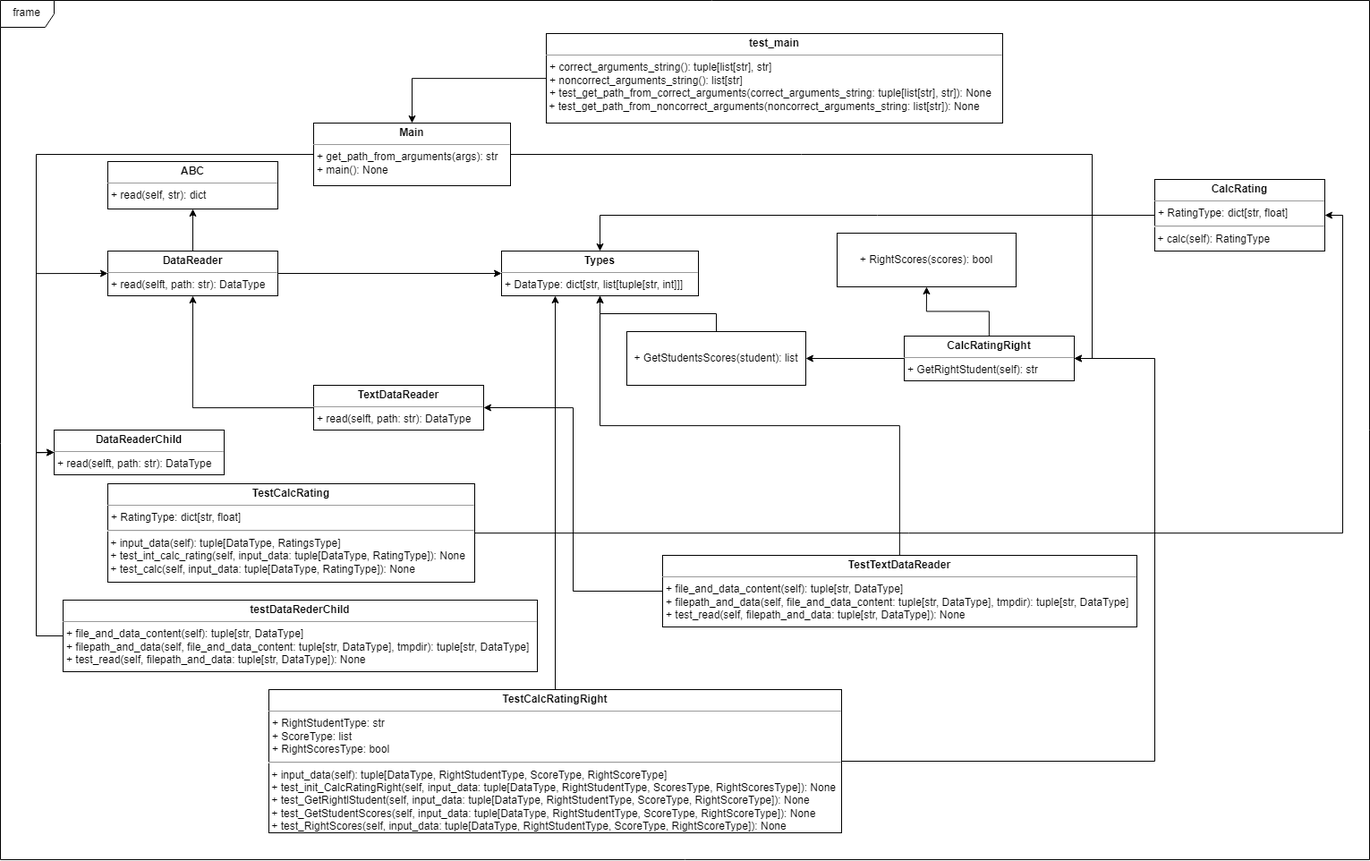
Kuritsya/TPLab1 keeps this draw.io diagram as PT_Lab_1_UML.drawio.png. Above is the earlier version. Source tidied: cells renumbered, new cells last; positions are measured from the earlier drawing's top-left corner, leaving out a move shared by most shapes. Its diagram source:
```xml
<mxGraphModel>
  <root>
    <mxCell id="0" />
    <mxCell id="1" parent="0" />
    <mxCell id="2" value="&lt;p style=&quot;margin:0px;margin-top:4px;text-align:center;&quot;&gt;&lt;b&gt;ABC&lt;/b&gt;&lt;/p&gt;&lt;hr size=&quot;1&quot;&gt;&lt;p style=&quot;margin:0px;margin-left:4px;&quot;&gt;+ read(self, str): dict&lt;/p&gt;" style="verticalAlign=top;align=left;overflow=fill;fontSize=12;fontFamily=Helvetica;html=1;rounded=0;shadow=0;comic=0;labelBackgroundColor=none;strokeWidth=1;" parent="1" vertex="1">
      <mxGeometry x="120" y="180" width="190" height="53" as="geometry" />
    </mxCell>
    <mxCell id="3" style="edgeStyle=orthogonalEdgeStyle;rounded=0;jettySize=auto;html=1;entryX=0.5;entryY=1;entryDx=0;entryDy=0;" parent="1" edge="1" source="5" target="2">
      <mxGeometry relative="1" as="geometry" />
    </mxCell>
    <mxCell id="4" style="edgeStyle=orthogonalEdgeStyle;rounded=0;jettySize=auto;html=1;entryX=0;entryY=0.5;entryDx=0;entryDy=0;" parent="1" edge="1" source="5" target="10">
      <mxGeometry relative="1" as="geometry" />
    </mxCell>
    <mxCell id="5" value="&lt;p style=&quot;margin:0px;margin-top:4px;text-align:center;&quot;&gt;&lt;b&gt;DataReader&lt;/b&gt;&lt;/p&gt;&lt;hr size=&quot;1&quot;&gt;&lt;p style=&quot;margin:0px;margin-left:4px;&quot;&gt;+ read(selft, path: str): DataType&lt;/p&gt;" style="verticalAlign=top;align=left;overflow=fill;fontSize=12;fontFamily=Helvetica;html=1;rounded=0;shadow=0;comic=0;labelBackgroundColor=none;strokeWidth=1;" parent="1" vertex="1">
      <mxGeometry x="120" y="280" width="190" height="50" as="geometry" />
    </mxCell>
    <mxCell id="6" style="edgeStyle=orthogonalEdgeStyle;rounded=0;jettySize=auto;html=1;entryX=0;entryY=0.5;entryDx=0;entryDy=0;exitX=0;exitY=0.5;exitDx=0;exitDy=0;" parent="1" edge="1" source="7" target="5">
      <mxGeometry relative="1" as="geometry" />
    </mxCell>
    <mxCell id="7" value="&lt;p style=&quot;margin:0px;margin-top:4px;text-align:center;&quot;&gt;&lt;b&gt;DataReaderChild&lt;/b&gt;&lt;/p&gt;&lt;hr size=&quot;1&quot;&gt;&lt;p style=&quot;margin:0px;margin-left:4px;&quot;&gt;+ read(selft, path: str): DataType&lt;/p&gt;" style="verticalAlign=top;align=left;overflow=fill;fontSize=12;fontFamily=Helvetica;html=1;rounded=0;shadow=0;comic=0;labelBackgroundColor=none;strokeWidth=1;" parent="1" vertex="1">
      <mxGeometry x="60" y="480" width="190" height="50" as="geometry" />
    </mxCell>
    <mxCell id="8" style="edgeStyle=orthogonalEdgeStyle;rounded=0;jettySize=auto;html=1;entryX=0.5;entryY=1;entryDx=0;entryDy=0;" parent="1" edge="1" source="9" target="5">
      <mxGeometry relative="1" as="geometry" />
    </mxCell>
    <mxCell id="9" value="&lt;p style=&quot;margin:0px;margin-top:4px;text-align:center;&quot;&gt;&lt;b&gt;TextDataReader&lt;/b&gt;&lt;/p&gt;&lt;hr size=&quot;1&quot;&gt;&lt;p style=&quot;margin:0px;margin-left:4px;&quot;&gt;+ read(selft, path: str): DataType&lt;/p&gt;" style="verticalAlign=top;align=left;overflow=fill;fontSize=12;fontFamily=Helvetica;html=1;rounded=0;shadow=0;comic=0;labelBackgroundColor=none;strokeWidth=1;" parent="1" vertex="1">
      <mxGeometry x="350" y="430" width="190" height="50" as="geometry" />
    </mxCell>
    <mxCell id="10" value="&lt;p style=&quot;margin:0px;margin-top:4px;text-align:center;&quot;&gt;&lt;b&gt;Types&lt;/b&gt;&lt;/p&gt;&lt;hr size=&quot;1&quot;&gt;&lt;p style=&quot;margin:0px;margin-left:4px;&quot;&gt;+ DataType: dict[str, list[tuple[str, int]]]&lt;/p&gt;" style="verticalAlign=top;align=left;overflow=fill;fontSize=12;fontFamily=Helvetica;html=1;rounded=0;shadow=0;comic=0;labelBackgroundColor=none;strokeWidth=1;" parent="1" vertex="1">
      <mxGeometry x="560" y="280" width="220" height="50" as="geometry" />
    </mxCell>
    <mxCell id="11" style="edgeStyle=orthogonalEdgeStyle;rounded=0;jettySize=auto;html=1;entryX=0.5;entryY=0;entryDx=0;entryDy=0;" parent="1" edge="1" source="12" target="10">
      <mxGeometry relative="1" as="geometry" />
    </mxCell>
    <mxCell id="12" value="&lt;p style=&quot;margin:0px;margin-top:4px;text-align:center;&quot;&gt;&lt;b&gt;CalcRating&lt;/b&gt;&lt;/p&gt;&lt;hr size=&quot;1&quot;&gt;&lt;p style=&quot;margin:0px;margin-left:4px;&quot;&gt;+ RatingType: dict[str, float]&lt;/p&gt;&lt;hr&gt;&amp;nbsp;+ calc(self): RatingType" style="verticalAlign=top;align=left;overflow=fill;fontSize=12;fontFamily=Helvetica;html=1;rounded=0;shadow=0;comic=0;labelBackgroundColor=none;strokeWidth=1;" parent="1" vertex="1">
      <mxGeometry x="1290" y="200" width="190" height="80" as="geometry" />
    </mxCell>
    <mxCell id="13" style="edgeStyle=orthogonalEdgeStyle;rounded=0;jettySize=auto;html=1;entryX=1;entryY=0.5;entryDx=0;entryDy=0;" parent="1" edge="1" source="15" target="18">
      <mxGeometry relative="1" as="geometry" />
    </mxCell>
    <mxCell id="14" style="edgeStyle=orthogonalEdgeStyle;rounded=0;jettySize=auto;html=1;entryX=0;entryY=0.5;entryDx=0;entryDy=0;" parent="1" edge="1" source="15" target="7">
      <mxGeometry relative="1" as="geometry" />
    </mxCell>
    <mxCell id="15" value="&lt;p style=&quot;margin:0px;margin-top:4px;text-align:center;&quot;&gt;&lt;b&gt;Main&lt;/b&gt;&lt;/p&gt;&lt;hr size=&quot;1&quot;&gt;&lt;p style=&quot;margin:0px;margin-left:4px;&quot;&gt;+ get_path_from_arguments(args): str&lt;/p&gt;&lt;p style=&quot;margin:0px;margin-left:4px;&quot;&gt;+ main(): None&lt;/p&gt;" style="verticalAlign=top;align=left;overflow=fill;fontSize=12;fontFamily=Helvetica;html=1;rounded=0;shadow=0;comic=0;labelBackgroundColor=none;strokeWidth=1;" parent="1" vertex="1">
      <mxGeometry x="350" y="137" width="220" height="70" as="geometry" />
    </mxCell>
    <mxCell id="16" style="edgeStyle=orthogonalEdgeStyle;rounded=0;jettySize=auto;html=1;entryX=0.5;entryY=1;entryDx=0;entryDy=0;" parent="1" edge="1" source="18" target="33">
      <mxGeometry relative="1" as="geometry" />
    </mxCell>
    <mxCell id="17" style="edgeStyle=orthogonalEdgeStyle;rounded=0;jettySize=auto;html=1;entryX=1;entryY=0.5;entryDx=0;entryDy=0;" parent="1" edge="1" source="18" target="32">
      <mxGeometry relative="1" as="geometry" />
    </mxCell>
    <mxCell id="18" value="&lt;p style=&quot;margin:0px;margin-top:4px;text-align:center;&quot;&gt;&lt;b&gt;CalcRatingRight&lt;/b&gt;&lt;/p&gt;&lt;hr size=&quot;1&quot;&gt;&lt;p style=&quot;margin:0px;margin-left:4px;&quot;&gt;+ GetRightStudent(self): str&lt;/p&gt;" style="verticalAlign=top;align=left;overflow=fill;fontSize=12;fontFamily=Helvetica;html=1;rounded=0;shadow=0;comic=0;labelBackgroundColor=none;strokeWidth=1;" parent="1" vertex="1">
      <mxGeometry x="1010" y="375" width="190" height="50" as="geometry" />
    </mxCell>
    <mxCell id="19" style="edgeStyle=orthogonalEdgeStyle;rounded=0;jettySize=auto;html=1;entryX=1;entryY=0.5;entryDx=0;entryDy=0;" parent="1" edge="1" source="20" target="12">
      <mxGeometry relative="1" as="geometry" />
    </mxCell>
    <mxCell id="20" value="&lt;p style=&quot;margin:0px;margin-top:4px;text-align:center;&quot;&gt;&lt;b&gt;TestCalcRating&lt;/b&gt;&lt;/p&gt;&lt;hr size=&quot;1&quot;&gt;&lt;p style=&quot;margin:0px;margin-left:4px;&quot;&gt;+ RatingType: dict[str, float]&lt;/p&gt;&lt;hr&gt;&amp;nbsp;+ input_data(self): tuple[DataType, RatingsType]&lt;br&gt;&amp;nbsp;+ test_int_calc_rating(self, input_data: tuple[DataType, RatingType]): None&lt;br&gt;&amp;nbsp;+ test_calc(self, input_data: tuple[DataType, RatingType]): None" style="verticalAlign=top;align=left;overflow=fill;fontSize=12;fontFamily=Helvetica;html=1;rounded=0;shadow=0;comic=0;labelBackgroundColor=none;strokeWidth=1;" parent="1" vertex="1">
      <mxGeometry x="120" y="540" width="410" height="110" as="geometry" />
    </mxCell>
    <mxCell id="21" style="edgeStyle=orthogonalEdgeStyle;rounded=0;jettySize=auto;html=1;entryX=0.5;entryY=0;entryDx=0;entryDy=0;" parent="1" edge="1" source="22" target="15">
      <mxGeometry relative="1" as="geometry" />
    </mxCell>
    <mxCell id="22" value="&lt;p style=&quot;margin:0px;margin-top:4px;text-align:center;&quot;&gt;&lt;b&gt;test_main&lt;/b&gt;&lt;/p&gt;&lt;hr size=&quot;1&quot;&gt;&lt;p style=&quot;margin:0px;margin-left:4px;&quot;&gt;+ correct_arguments_string(): tuple[list[str], str]&lt;/p&gt;&lt;p style=&quot;margin:0px;margin-left:4px;&quot;&gt;+ noncorrect_arguments_string(): list[str]&lt;/p&gt;&lt;p style=&quot;margin:0px;margin-left:4px;&quot;&gt;+ test_get_path_from_correct_arguments(correct_arguments_string: tuple[list[str], str]): None&lt;/p&gt;&amp;nbsp;+ test_get_path_from_noncorrect_arguments(noncorrect_arguments_string: list[str]): None" style="verticalAlign=top;align=left;overflow=fill;fontSize=12;fontFamily=Helvetica;html=1;rounded=0;shadow=0;comic=0;labelBackgroundColor=none;strokeWidth=1;" parent="1" vertex="1">
      <mxGeometry x="610" y="37" width="510" height="100" as="geometry" />
    </mxCell>
    <mxCell id="23" style="edgeStyle=orthogonalEdgeStyle;rounded=0;jettySize=auto;html=1;entryX=0;entryY=0.5;entryDx=0;entryDy=0;exitX=0;exitY=0.5;exitDx=0;exitDy=0;" parent="1" edge="1" source="24" target="7">
      <mxGeometry relative="1" as="geometry" />
    </mxCell>
    <mxCell id="24" value="&lt;p style=&quot;margin:0px;margin-top:4px;text-align:center;&quot;&gt;&lt;b&gt;testDataRederChild&lt;/b&gt;&lt;/p&gt;&lt;hr size=&quot;1&quot;&gt;&lt;p style=&quot;margin:0px;margin-left:4px;&quot;&gt;+ file_and_data_content(self): tuple[str, DataType]&lt;/p&gt;&lt;p style=&quot;margin:0px;margin-left:4px;&quot;&gt;+ filepath_and_data(self, file_and_data_content: tuple[str, DataType], tmpdir): tuple[str, DataType]&lt;/p&gt;&lt;p style=&quot;margin:0px;margin-left:4px;&quot;&gt;+ test_read(self, filepath_and_data: tuple[str, DataType]): None&lt;/p&gt;" style="verticalAlign=top;align=left;overflow=fill;fontSize=12;fontFamily=Helvetica;html=1;rounded=0;shadow=0;comic=0;labelBackgroundColor=none;strokeWidth=1;" parent="1" vertex="1">
      <mxGeometry x="70" y="670" width="530" height="80" as="geometry" />
    </mxCell>
    <mxCell id="25" style="edgeStyle=orthogonalEdgeStyle;rounded=0;jettySize=auto;html=1;entryX=1;entryY=0.5;entryDx=0;entryDy=0;" parent="1" edge="1" source="27" target="18">
      <mxGeometry relative="1" as="geometry">
        <Array as="points">
          <mxPoint x="1290" y="850" />
          <mxPoint x="1290" y="400" />
        </Array>
      </mxGeometry>
    </mxCell>
    <mxCell id="26" style="edgeStyle=orthogonalEdgeStyle;rounded=0;jettySize=auto;html=1;" parent="1" edge="1" source="27">
      <mxGeometry relative="1" as="geometry">
        <mxPoint x="620" y="330" as="targetPoint" />
      </mxGeometry>
    </mxCell>
    <mxCell id="27" value="&lt;p style=&quot;margin:0px;margin-top:4px;text-align:center;&quot;&gt;&lt;b&gt;TestCalcRatingRight&lt;/b&gt;&lt;/p&gt;&lt;hr size=&quot;1&quot;&gt;&lt;p style=&quot;margin:0px;margin-left:4px;&quot;&gt;+ RightStudentType: str&lt;/p&gt;&lt;p style=&quot;margin:0px;margin-left:4px;&quot;&gt;+ ScoreType: list&lt;/p&gt;&lt;p style=&quot;margin:0px;margin-left:4px;&quot;&gt;+ RightScoresType: bool&lt;/p&gt;&lt;hr&gt;&amp;nbsp;+ input_data(self): tuple[DataType, RightStudentType, ScoreType, RightScoreType]&lt;br&gt;&amp;nbsp;+ test_init_CalcRatingRight(self, input_data: tuple[DataType, RightStudentType, ScoresType, RightScoresType]): None&lt;br&gt;&amp;nbsp;+ test_GetRightlStudent(self, input_data: tuple[DataType, RightStudentType, ScoreType, RightScoreType]): None&lt;br&gt;&amp;nbsp;+ test_GetStudentScores(self, input_data: tuple[DataType, RightStudentType, ScoreType, RightScoreType]): None&lt;br&gt;&amp;nbsp;+ test_RightScores(self, input_data: tuple[DataType, RightStudentType, ScoreType, RightScoreType]): None" style="verticalAlign=top;align=left;overflow=fill;fontSize=12;fontFamily=Helvetica;html=1;rounded=0;shadow=0;comic=0;labelBackgroundColor=none;strokeWidth=1;" parent="1" vertex="1">
      <mxGeometry x="300" y="770" width="640" height="160" as="geometry" />
    </mxCell>
    <mxCell id="28" style="edgeStyle=orthogonalEdgeStyle;rounded=0;jettySize=auto;html=1;entryX=1;entryY=0.5;entryDx=0;entryDy=0;" parent="1" edge="1" source="30" target="9">
      <mxGeometry relative="1" as="geometry" />
    </mxCell>
    <mxCell id="29" style="edgeStyle=orthogonalEdgeStyle;rounded=0;jettySize=auto;html=1;entryX=0.5;entryY=1;entryDx=0;entryDy=0;" parent="1" edge="1" source="30" target="10">
      <mxGeometry relative="1" as="geometry" />
    </mxCell>
    <mxCell id="30" value="&lt;p style=&quot;margin:0px;margin-top:4px;text-align:center;&quot;&gt;&lt;b&gt;TestTextDataReader&lt;/b&gt;&lt;/p&gt;&lt;hr size=&quot;1&quot;&gt;&lt;p style=&quot;margin:0px;margin-left:4px;&quot;&gt;+ file_and_data_content(self): tuple[str, DataType]&lt;/p&gt;&lt;p style=&quot;margin:0px;margin-left:4px;&quot;&gt;+ filepath_and_data(self, file_and_data_content: tuple[str, DataType], tmpdir): tuple[str, DataType]&lt;/p&gt;&lt;p style=&quot;margin:0px;margin-left:4px;&quot;&gt;+ test_read(self, filepath_and_data: tuple[str, DataType]): None&lt;/p&gt;" style="verticalAlign=top;align=left;overflow=fill;fontSize=12;fontFamily=Helvetica;html=1;rounded=0;shadow=0;comic=0;labelBackgroundColor=none;strokeWidth=1;" parent="1" vertex="1">
      <mxGeometry x="740" y="620" width="530" height="80" as="geometry" />
    </mxCell>
    <mxCell id="31" style="edgeStyle=orthogonalEdgeStyle;rounded=0;jettySize=auto;html=1;" parent="1" edge="1" source="32" target="10">
      <mxGeometry relative="1" as="geometry" />
    </mxCell>
    <mxCell id="32" value="+ GetStudentsScores(student): list" style="rounded=0;whiteSpace=wrap;html=1;" parent="1" vertex="1">
      <mxGeometry x="700" y="370" width="200" height="60" as="geometry" />
    </mxCell>
    <mxCell id="33" value="+ RightScores(scores): bool" style="rounded=0;whiteSpace=wrap;html=1;" parent="1" vertex="1">
      <mxGeometry x="935" y="260" width="200" height="60" as="geometry" />
    </mxCell>
    <mxCell id="34" value="frame" style="shape=umlFrame;whiteSpace=wrap;html=1;" parent="1" vertex="1">
      <mxGeometry width="1530" height="960" as="geometry" />
    </mxCell>
  </root>
</mxGraphModel>
```
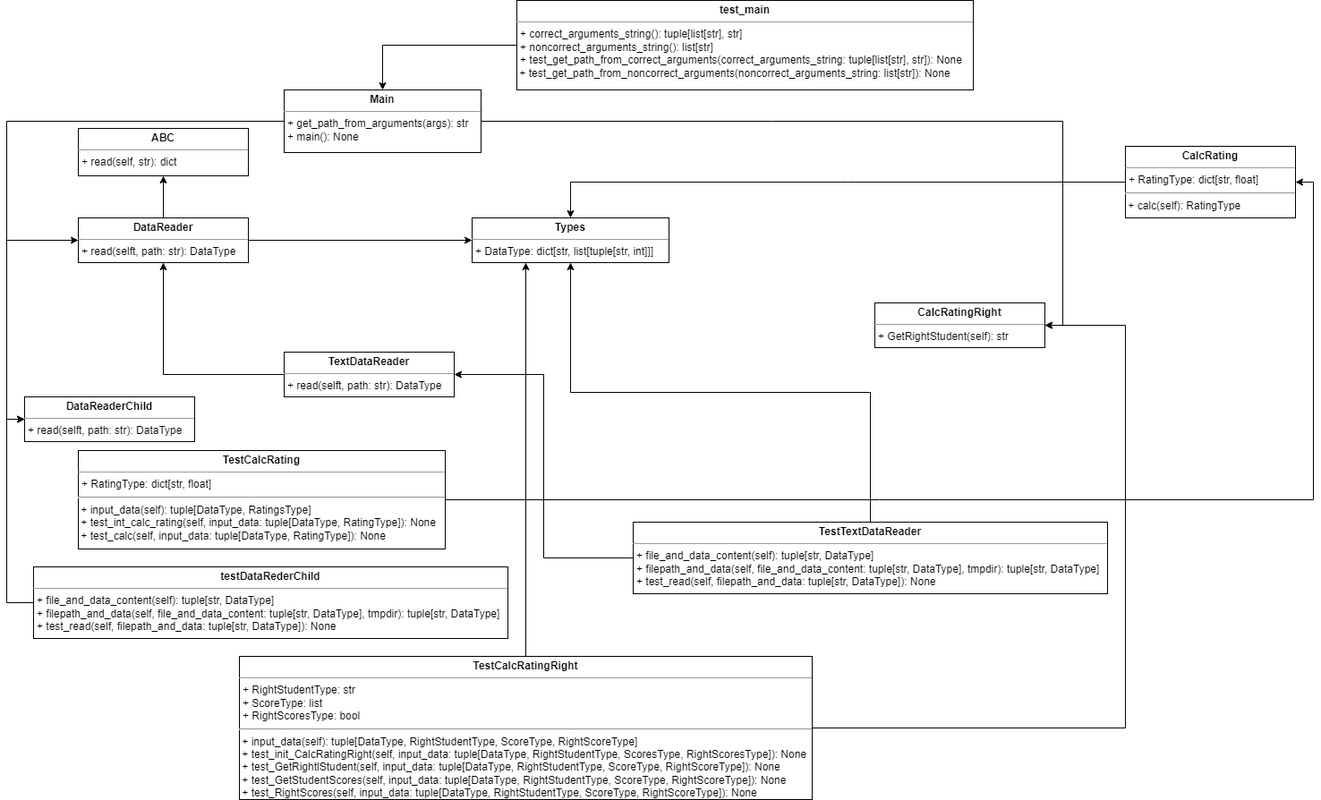
The same file after the commit.

Diff of the diagram source:
```diff
@@ -44,12 +44,6 @@
     <mxCell id="15" value="&lt;p style=&quot;margin:0px;margin-top:4px;text-align:center;&quot;&gt;&lt;b&gt;Main&lt;/b&gt;&lt;/p&gt;&lt;hr size=&quot;1&quot;&gt;&lt;p style=&quot;margin:0px;margin-left:4px;&quot;&gt;+ get_path_from_arguments(args): str&lt;/p&gt;&lt;p style=&quot;margin:0px;margin-left:4px;&quot;&gt;+ main(): None&lt;/p&gt;" style="verticalAlign=top;align=left;overflow=fill;fontSize=12;fontFamily=Helvetica;html=1;rounded=0;shadow=0;comic=0;labelBackgroundColor=none;strokeWidth=1;" parent="1" vertex="1">
       <mxGeometry x="350" y="137" width="220" height="70" as="geometry" />
     </mxCell>
-    <mxCell id="16" style="edgeStyle=orthogonalEdgeStyle;rounded=0;jettySize=auto;html=1;entryX=0.5;entryY=1;entryDx=0;entryDy=0;" parent="1" edge="1" source="18" target="33">
-      <mxGeometry relative="1" as="geometry" />
-    </mxCell>
-    <mxCell id="17" style="edgeStyle=orthogonalEdgeStyle;rounded=0;jettySize=auto;html=1;entryX=1;entryY=0.5;entryDx=0;entryDy=0;" parent="1" edge="1" source="18" target="32">
-      <mxGeometry relative="1" as="geometry" />
-    </mxCell>
     <mxCell id="18" value="&lt;p style=&quot;margin:0px;margin-top:4px;text-align:center;&quot;&gt;&lt;b&gt;CalcRatingRight&lt;/b&gt;&lt;/p&gt;&lt;hr size=&quot;1&quot;&gt;&lt;p style=&quot;margin:0px;margin-left:4px;&quot;&gt;+ GetRightStudent(self): str&lt;/p&gt;" style="verticalAlign=top;align=left;overflow=fill;fontSize=12;fontFamily=Helvetica;html=1;rounded=0;shadow=0;comic=0;labelBackgroundColor=none;strokeWidth=1;" parent="1" vertex="1">
       <mxGeometry x="1010" y="375" width="190" height="50" as="geometry" />
     </mxCell>
@@ -96,17 +90,5 @@
     <mxCell id="30" value="&lt;p style=&quot;margin:0px;margin-top:4px;text-align:center;&quot;&gt;&lt;b&gt;TestTextDataReader&lt;/b&gt;&lt;/p&gt;&lt;hr size=&quot;1&quot;&gt;&lt;p style=&quot;margin:0px;margin-left:4px;&quot;&gt;+ file_and_data_content(self): tuple[str, DataType]&lt;/p&gt;&lt;p style=&quot;margin:0px;margin-left:4px;&quot;&gt;+ filepath_and_data(self, file_and_data_content: tuple[str, DataType], tmpdir): tuple[str, DataType]&lt;/p&gt;&lt;p style=&quot;margin:0px;margin-left:4px;&quot;&gt;+ test_read(self, filepath_and_data: tuple[str, DataType]): None&lt;/p&gt;" style="verticalAlign=top;align=left;overflow=fill;fontSize=12;fontFamily=Helvetica;html=1;rounded=0;shadow=0;comic=0;labelBackgroundColor=none;strokeWidth=1;" parent="1" vertex="1">
       <mxGeometry x="740" y="620" width="530" height="80" as="geometry" />
     </mxCell>
-    <mxCell id="31" style="edgeStyle=orthogonalEdgeStyle;rounded=0;jettySize=auto;html=1;" parent="1" edge="1" source="32" target="10">
-      <mxGeometry relative="1" as="geometry" />
-    </mxCell>
-    <mxCell id="32" value="+ GetStudentsScores(student): list" style="rounded=0;whiteSpace=wrap;html=1;" parent="1" vertex="1">
-      <mxGeometry x="700" y="370" width="200" height="60" as="geometry" />
-    </mxCell>
-    <mxCell id="33" value="+ RightScores(scores): bool" style="rounded=0;whiteSpace=wrap;html=1;" parent="1" vertex="1">
-      <mxGeometry x="935" y="260" width="200" height="60" as="geometry" />
-    </mxCell>
-    <mxCell id="34" value="frame" style="shape=umlFrame;whiteSpace=wrap;html=1;" parent="1" vertex="1">
-      <mxGeometry width="1530" height="960" as="geometry" />
-    </mxCell>
   </root>
 </mxGraphModel>
```
